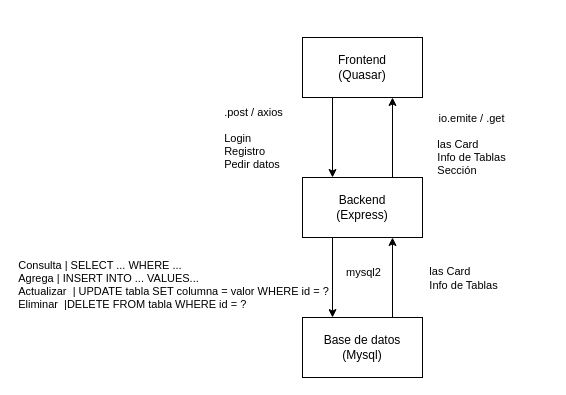
This is DOC/Diagramas/Diagrama_IO_Express.drawio from Ddls4/Flexsheet, a draw.io file, before an edit. Source tidied: cells renumbered, new cells numbered last; positions are measured from the earlier drawing's top-left corner, leaving out a move shared by most shapes. Both pictures are drawn from the tidied source at 100%, with x=0, y=0 at pixel (302, 37).
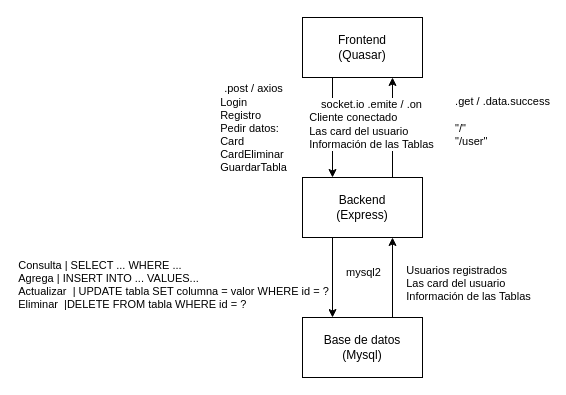
The same diagram, later.

Diff of the diagram source:
```diff
@@
 <mxGraphModel>
   <root>
     <mxCell id="0" />
     <mxCell id="1" parent="0" />
     <mxCell id="2" style="edgeStyle=orthogonalEdgeStyle;rounded=0;jettySize=auto;html=1;exitX=0.25;exitY=1;exitDx=0;exitDy=0;entryX=0.25;entryY=0;entryDx=0;entryDy=0;" parent="1" edge="1" source="4" target="9">
       <mxGeometry relative="1" as="geometry" />
     </mxCell>
-    <mxCell id="3" value=".post / axios&lt;div&gt;&lt;br&gt;&lt;/div&gt;&lt;div style=&quot;text-align: left;&quot;&gt;Login&lt;/div&gt;&lt;div style=&quot;text-align: left;&quot;&gt;Registro&lt;/div&gt;&lt;div style=&quot;text-align: left;&quot;&gt;Pedir datos&lt;/div&gt;" style="edgeLabel;html=1;align=center;verticalAlign=middle;" parent="2" vertex="1">
+    <mxCell id="3" value=".post / axios&lt;div style=&quot;text-align: left;&quot;&gt;Login&lt;/div&gt;&lt;div style=&quot;text-align: left;&quot;&gt;Registro&lt;/div&gt;&lt;div style=&quot;text-align: left;&quot;&gt;Pedir datos:&lt;/div&gt;&lt;div style=&quot;text-align: left;&quot;&gt;Card&lt;/div&gt;&lt;div style=&quot;text-align: left;&quot;&gt;CardEliminar&lt;/div&gt;&lt;div style=&quot;text-align: left;&quot;&gt;GuardarTabla&lt;/div&gt;" style="edgeLabel;html=1;align=center;verticalAlign=middle;" parent="2" vertex="1">
       <mxGeometry x="-0.35" y="-4" relative="1" as="geometry">
-        <mxPoint x="-76" y="14" as="offset" />
+        <mxPoint x="-76" y="17" as="offset" />
       </mxGeometry>
     </mxCell>
     <mxCell id="4" value="Frontend&lt;div&gt;(Quasar)&lt;/div&gt;" style="rounded=0;whiteSpace=wrap;html=1;" parent="1" vertex="1">
-      <mxGeometry width="120" height="60" as="geometry" />
+      <mxGeometry y="-20" width="120" height="60" as="geometry" />
     </mxCell>
     <mxCell id="5" style="edgeStyle=orthogonalEdgeStyle;rounded=0;jettySize=auto;html=1;exitX=0.75;exitY=0;exitDx=0;exitDy=0;entryX=0.75;entryY=1;entryDx=0;entryDy=0;" parent="1" edge="1" source="9" target="4">
       <mxGeometry relative="1" as="geometry" />
     </mxCell>
     <mxCell id="6" style="edgeStyle=orthogonalEdgeStyle;rounded=0;jettySize=auto;html=1;exitX=0.25;exitY=1;exitDx=0;exitDy=0;entryX=0.25;entryY=0;entryDx=0;entryDy=0;" parent="1" edge="1" source="9" target="11">
       <mxGeometry relative="1" as="geometry" />
     </mxCell>
     <mxCell id="7" value="&lt;br&gt;&lt;div style=&quot;text-align: left;&quot;&gt;&lt;span style=&quot;background-color: light-dark(#ffffff, var(--ge-dark-color, #121212)); color: light-dark(rgb(0, 0, 0), rgb(255, 255, 255));&quot;&gt;Consulta |&amp;nbsp;&lt;/span&gt;SELECT ... WHERE ...&lt;/div&gt;&lt;div style=&quot;text-align: left;&quot;&gt;&lt;span style=&quot;background-color: light-dark(#ffffff, var(--ge-dark-color, #121212)); color: light-dark(rgb(0, 0, 0), rgb(255, 255, 255));&quot;&gt;Agrega |&amp;nbsp;&lt;/span&gt;INSERT INTO ... VALUES...&amp;nbsp;&lt;/div&gt;&lt;div style=&quot;text-align: left;&quot;&gt;Actualizar&amp;nbsp; | UPDATE tabla SET columna = valor&amp;nbsp;WHERE id = ?&lt;/div&gt;&lt;div style=&quot;text-align: left;&quot;&gt;Eliminar&amp;nbsp; |DELETE FROM tabla WHERE id = ?&lt;/div&gt;" style="edgeLabel;html=1;align=center;verticalAlign=middle;" parent="6" vertex="1">
       <mxGeometry x="0.04" y="-1" relative="1" as="geometry">
         <mxPoint x="-159" y="-2" as="offset" />
       </mxGeometry>
     </mxCell>
     <mxCell id="8" value="mysql2" style="edgeLabel;html=1;align=center;verticalAlign=middle;" parent="6" vertex="1">
       <mxGeometry x="-0.15" y="3" relative="1" as="geometry">
         <mxPoint x="27" as="offset" />
       </mxGeometry>
     </mxCell>
     <mxCell id="9" value="Backend&lt;div&gt;(Express)&lt;/div&gt;" style="rounded=0;whiteSpace=wrap;html=1;" parent="1" vertex="1">
       <mxGeometry y="140" width="120" height="60" as="geometry" />
     </mxCell>
     <mxCell id="10" style="edgeStyle=orthogonalEdgeStyle;rounded=0;jettySize=auto;html=1;exitX=0.75;exitY=0;exitDx=0;exitDy=0;entryX=0.75;entryY=1;entryDx=0;entryDy=0;" parent="1" edge="1" source="11" target="9">
       <mxGeometry relative="1" as="geometry" />
     </mxCell>
     <mxCell id="11" value="Base de datos&lt;div&gt;(Mysql)&lt;/div&gt;" style="rounded=0;whiteSpace=wrap;html=1;" parent="1" vertex="1">
       <mxGeometry y="280" width="120" height="60" as="geometry" />
     </mxCell>
-    <mxCell id="12" value="io.emite / .get&lt;div&gt;&lt;br&gt;&lt;/div&gt;&lt;div style=&quot;text-align: left;&quot;&gt;las Card&lt;/div&gt;&lt;div style=&quot;text-align: left;&quot;&gt;Info de Tablas&lt;/div&gt;&lt;div style=&quot;text-align: left;&quot;&gt;Sección&lt;/div&gt;" style="edgeLabel;html=1;align=center;verticalAlign=middle;" parent="1" vertex="1">
-      <mxGeometry x="170" y="100" as="geometry">
+    <mxCell id="12" value="socket.io .emite / .on&lt;div&gt;&lt;div style=&quot;text-align: left;&quot;&gt;Cliente conectado&lt;/div&gt;&lt;div style=&quot;text-align: left;&quot;&gt;Las card del usuario&lt;/div&gt;&lt;div style=&quot;text-align: left;&quot;&gt;Información de las Tablas&lt;/div&gt;&lt;/div&gt;" style="edgeLabel;html=1;align=center;verticalAlign=middle;" parent="1" vertex="1">
+      <mxGeometry x="70" y="80" as="geometry">
         <mxPoint x="-2" y="6" as="offset" />
       </mxGeometry>
     </mxCell>
-    <mxCell id="13" value="&lt;div style=&quot;text-align: left;&quot;&gt;las Card&lt;/div&gt;&lt;div style=&quot;text-align: left;&quot;&gt;Info de Tablas&lt;/div&gt;" style="edgeLabel;html=1;align=center;verticalAlign=middle;" parent="1" vertex="1">
-      <mxGeometry x="160" y="240" as="geometry" />
+    <mxCell id="13" value="&lt;div style=&quot;text-align: left;&quot;&gt;&lt;div&gt;Usuarios registrados&lt;/div&gt;&lt;div&gt;Las card del usuario&lt;/div&gt;&lt;div&gt;Información de las Tablas&lt;/div&gt;&lt;/div&gt;" style="edgeLabel;html=1;align=center;verticalAlign=middle;" parent="1" vertex="1">
+      <mxGeometry x="160" y="240" as="geometry">
+        <mxPoint x="5" y="5" as="offset" />
+      </mxGeometry>
     </mxCell>
+    <mxCell id="14" value=".get / .data.success&lt;div&gt;&lt;br&gt;&lt;/div&gt;&lt;div style=&quot;text-align: left;&quot;&gt;&quot;/&quot;&lt;/div&gt;&lt;div style=&quot;text-align: left;&quot;&gt;&quot;/user&quot;&lt;/div&gt;" style="edgeLabel;html=1;align=center;verticalAlign=middle;" parent="1" vertex="1">
+      <mxGeometry x="200" y="70" as="geometry">
+        <mxPoint x="-1" y="13" as="offset" />
+      </mxGeometry>
+    </mxCell>
   </root>
 </mxGraphModel>
```
